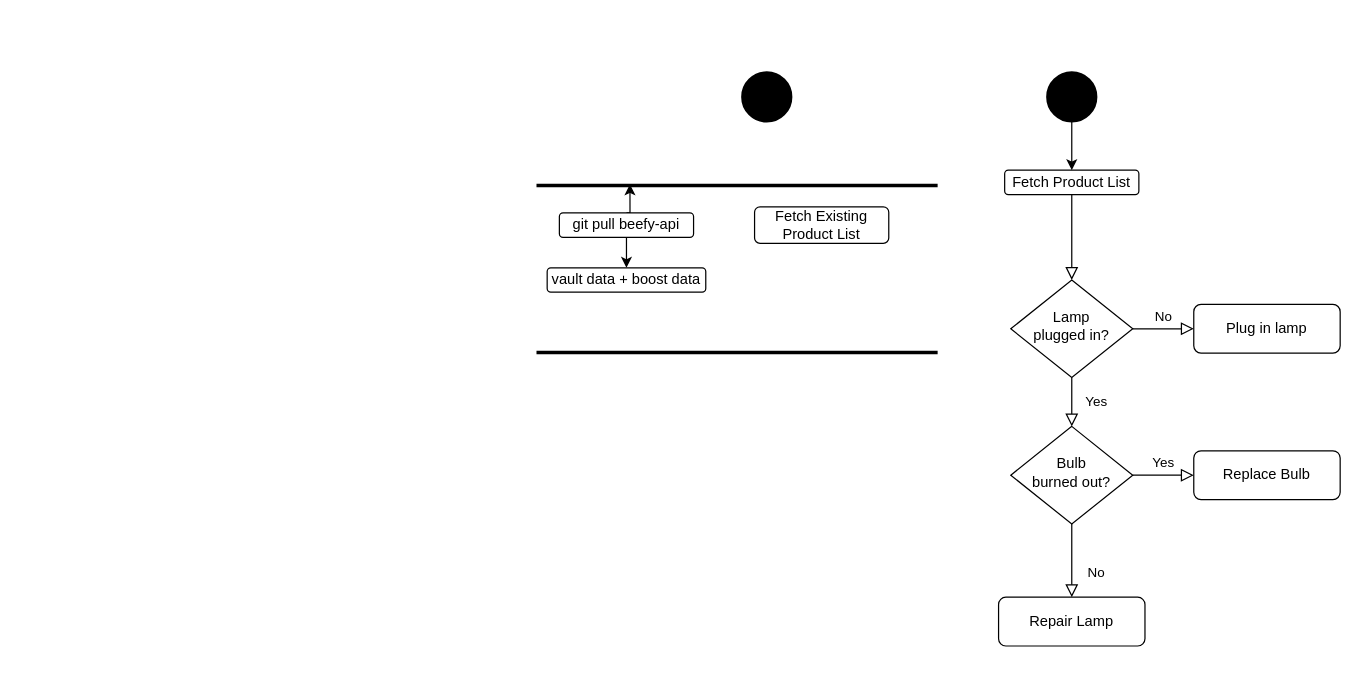
This is Untitled Diagram.drawio from beefyfinance/beefy-bi, a draw.io file, before an edit. Source tidied: cells renumbered, new cells numbered last; positions are measured from the earlier drawing's top-left corner, leaving out a move shared by most shapes. Both pictures are drawn from the tidied source at 122%, with x=0, y=0 at pixel (547, 68).
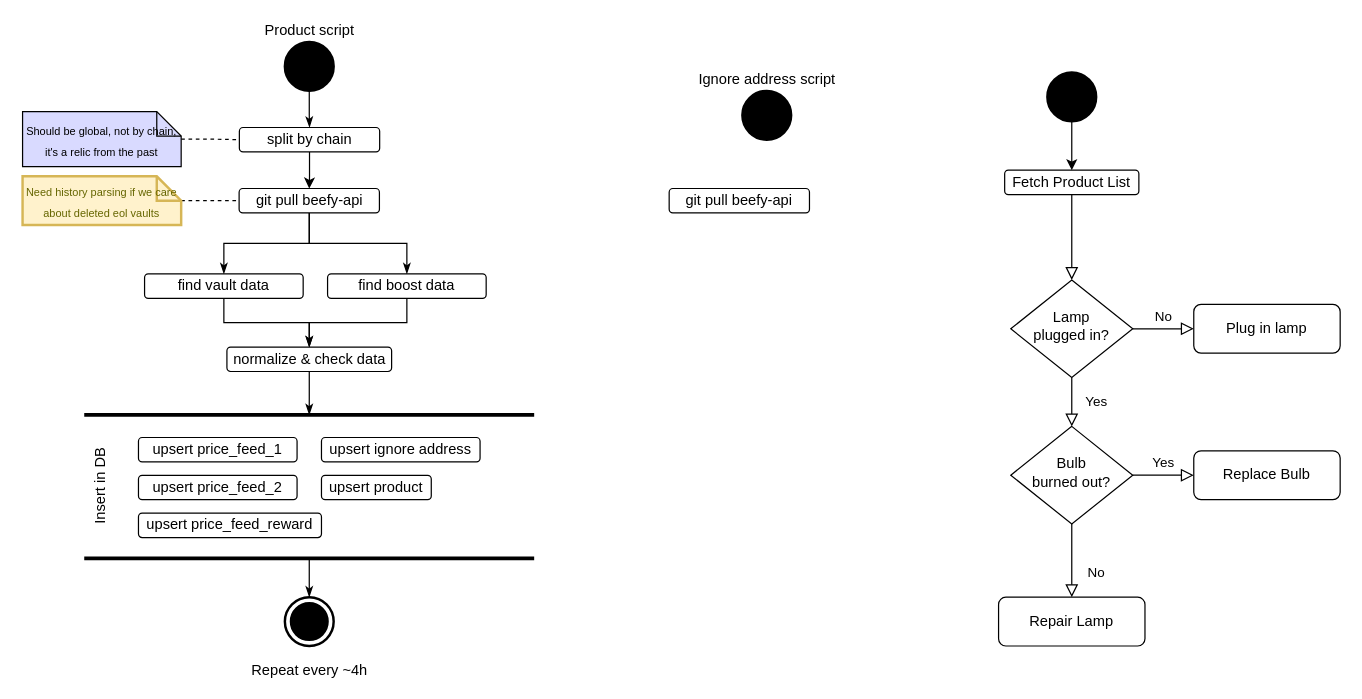
Above is the later version.

Diff of the diagram source:
```diff
@@
+    <mxCell id="22" style="edgeStyle=orthogonalEdgeStyle;rounded=0;jettySize=auto;html=1;endArrow=classicThin;endFill=1;" parent="1" edge="1" source="15" target="43">
+      <mxGeometry relative="1" as="geometry" />
+    </mxCell>
-    <mxCell id="15" style="shape=ellipse;html=1;fillColor=strokeColor;strokeWidth=2;verticalLabelPosition=bottom;verticalAlignment=top;perimeter=ellipsePerimeter;" parent="1" vertex="1">
-      <mxGeometry x="160" y="3" width="40" height="40" as="geometry" />
+    <mxCell id="15" value="Product script" style="shape=ellipse;html=1;fillColor=strokeColor;strokeWidth=2;verticalLabelPosition=top;verticalAlignment=top;perimeter=ellipsePerimeter;labelPosition=center;align=center;verticalAlign=bottom;" parent="1" vertex="1">
+      <mxGeometry x="-215" y="-22" width="40" height="40" as="geometry" />
     </mxCell>
-    <mxCell id="16" value="Fetch Existing Product List" style="rounded=1;whiteSpace=wrap;html=1;fontSize=12;glass=0;strokeWidth=1;shadow=0;" parent="1" vertex="1">
-      <mxGeometry x="170" y="113" width="110" height="30" as="geometry" />
+    <mxCell id="16" value="upsert product" style="rounded=1;whiteSpace=wrap;html=1;fontSize=12;glass=0;strokeWidth=1;shadow=0;" parent="1" vertex="1">
+      <mxGeometry x="-185" y="333.1" width="90" height="20" as="geometry" />
     </mxCell>
-    <mxCell id="17" style="edgeStyle=orthogonalEdgeStyle;rounded=0;jettySize=auto;html=1;" parent="1" edge="1" source="19" target="21">
+    <mxCell id="17" style="edgeStyle=orthogonalEdgeStyle;rounded=0;jettySize=auto;html=1;endArrow=classicThin;endFill=1;" parent="1" edge="1" source="19" target="21">
       <mxGeometry relative="1" as="geometry" />
     </mxCell>
-    <mxCell id="18" style="edgeStyle=orthogonalEdgeStyle;rounded=0;jettySize=auto;html=1;exitX=0.5;exitY=0;exitDx=0;exitDy=0;entryX=1.007;entryY=0.233;entryDx=0;entryDy=0;entryPerimeter=0;" parent="1" edge="1" source="19" target="20">
-      <mxGeometry relative="1" as="geometry" />
-    </mxCell>
+    <mxCell id="23" style="edgeStyle=orthogonalEdgeStyle;rounded=0;jettySize=auto;html=1;endArrow=classicThin;endFill=1;" parent="1" edge="1" source="19" target="34">
+      <mxGeometry relative="1" as="geometry" />
+    </mxCell>
     <mxCell id="19" value="git pull beefy-api" style="rounded=1;whiteSpace=wrap;html=1;fontSize=12;glass=0;strokeWidth=1;shadow=0;" parent="1" vertex="1">
-      <mxGeometry x="10" y="118" width="110" height="20" as="geometry" />
+      <mxGeometry x="-252.5" y="98" width="115" height="20" as="geometry" />
     </mxCell>
-    <mxCell id="20" style="html=1;shape=mxgraph.sysml.actPart;strokeWidth=3;verticalAlign=top;rotation=-90;whiteSpace=wrap;" parent="1" vertex="1">
-      <mxGeometry x="87.2" y="-0.4" width="136.9" height="328.8" as="geometry" />
-    </mxCell>
+    <mxCell id="24" style="edgeStyle=orthogonalEdgeStyle;rounded=0;jettySize=auto;html=1;endArrow=classicThin;endFill=1;" parent="1" edge="1" source="21" target="36">
+      <mxGeometry relative="1" as="geometry" />
+    </mxCell>
-    <mxCell id="21" value="vault data + boost data" style="rounded=1;whiteSpace=wrap;html=1;fontSize=12;glass=0;strokeWidth=1;shadow=0;" parent="1" vertex="1">
-      <mxGeometry y="163" width="130" height="20" as="geometry" />
+    <mxCell id="21" value="find vault data" style="rounded=1;whiteSpace=wrap;html=1;fontSize=12;glass=0;strokeWidth=1;shadow=0;" parent="1" vertex="1">
+      <mxGeometry x="-330" y="168" width="130" height="20" as="geometry" />
     </mxCell>
+    <mxCell id="25" value="upsert&amp;nbsp;price_feed_1" style="rounded=1;whiteSpace=wrap;html=1;fontSize=12;glass=0;strokeWidth=1;shadow=0;" parent="1" vertex="1">
+      <mxGeometry x="-335" y="302.1" width="130" height="20" as="geometry" />
+    </mxCell>
+    <mxCell id="26" style="edgeStyle=orthogonalEdgeStyle;rounded=0;jettySize=auto;html=1;endArrow=none;endFill=0;dashed=1;" parent="1" edge="1" source="27" target="19">
+      <mxGeometry relative="1" as="geometry" />
+    </mxCell>
+    <mxCell id="27" value="&lt;font style=&quot;font-size: 9px;&quot;&gt;Need history parsing if we care about deleted eol vaults&lt;/font&gt;" style="shape=note;strokeWidth=2;fontSize=14;size=20;whiteSpace=wrap;html=1;fillColor=#fff2cc;strokeColor=#d6b656;fontColor=#666600;" parent="1" vertex="1">
+      <mxGeometry x="-430" y="88" width="130" height="40" as="geometry" />
+    </mxCell>
+    <mxCell id="28" style="edgeStyle=orthogonalEdgeStyle;rounded=0;jettySize=auto;html=1;endArrow=classicThin;endFill=1;" parent="1" edge="1" source="29" target="37">
+      <mxGeometry relative="1" as="geometry" />
+    </mxCell>
+    <mxCell id="29" value="Insert in DB" style="html=1;shape=mxgraph.sysml.actPart;strokeWidth=3;verticalAlign=top;rotation=-90;whiteSpace=wrap;" parent="1" vertex="1">
+      <mxGeometry x="-253.9" y="158" width="117.7" height="368.8" as="geometry" />
+    </mxCell>
+    <mxCell id="30" value="upsert&amp;nbsp;price_feed_2" style="rounded=1;whiteSpace=wrap;html=1;fontSize=12;glass=0;strokeWidth=1;shadow=0;" parent="1" vertex="1">
+      <mxGeometry x="-335" y="333.1" width="130" height="20" as="geometry" />
+    </mxCell>
+    <mxCell id="31" value="upsert price_feed_reward" style="rounded=1;whiteSpace=wrap;html=1;fontSize=12;glass=0;strokeWidth=1;shadow=0;" parent="1" vertex="1">
+      <mxGeometry x="-335" y="364.1" width="150" height="20" as="geometry" />
+    </mxCell>
+    <mxCell id="32" value="upsert ignore address" style="rounded=1;whiteSpace=wrap;html=1;fontSize=12;glass=0;strokeWidth=1;shadow=0;" parent="1" vertex="1">
+      <mxGeometry x="-185" y="302.1" width="130" height="20" as="geometry" />
+    </mxCell>
+    <mxCell id="33" style="edgeStyle=orthogonalEdgeStyle;rounded=0;jettySize=auto;html=1;endArrow=classicThin;endFill=1;" parent="1" edge="1" source="34" target="36">
+      <mxGeometry relative="1" as="geometry" />
+    </mxCell>
+    <mxCell id="34" value="find boost data" style="rounded=1;whiteSpace=wrap;html=1;fontSize=12;glass=0;strokeWidth=1;shadow=0;" parent="1" vertex="1">
+      <mxGeometry x="-180" y="168" width="130" height="20" as="geometry" />
+    </mxCell>
+    <mxCell id="35" style="edgeStyle=orthogonalEdgeStyle;rounded=0;jettySize=auto;html=1;endArrow=classicThin;endFill=1;" parent="1" edge="1" source="36" target="29">
+      <mxGeometry relative="1" as="geometry" />
+    </mxCell>
+    <mxCell id="36" value="normalize &amp;amp; check data" style="rounded=1;whiteSpace=wrap;html=1;fontSize=12;glass=0;strokeWidth=1;shadow=0;" parent="1" vertex="1">
+      <mxGeometry x="-262.5" y="228" width="135" height="20" as="geometry" />
+    </mxCell>
+    <mxCell id="37" value="Repeat every ~4h" style="html=1;shape=mxgraph.sysml.actFinal;strokeWidth=2;verticalLabelPosition=bottom;verticalAlignment=top;" parent="1" vertex="1">
+      <mxGeometry x="-215" y="433" width="40" height="40" as="geometry" />
+    </mxCell>
+    <mxCell id="38" value="Ignore address script" style="shape=ellipse;html=1;fillColor=strokeColor;strokeWidth=2;verticalLabelPosition=top;verticalAlignment=top;perimeter=ellipsePerimeter;labelPosition=center;align=center;verticalAlign=bottom;" parent="1" vertex="1">
+      <mxGeometry x="160" y="18" width="40" height="40" as="geometry" />
+    </mxCell>
+    <mxCell id="39" value="git pull beefy-api" style="rounded=1;whiteSpace=wrap;html=1;fontSize=12;glass=0;strokeWidth=1;shadow=0;" parent="1" vertex="1">
+      <mxGeometry x="100" y="98" width="115" height="20" as="geometry" />
+    </mxCell>
+    <mxCell id="40" style="edgeStyle=orthogonalEdgeStyle;rounded=0;jettySize=auto;html=1;endArrow=none;endFill=0;dashed=1;" parent="1" edge="1" source="41" target="43">
+      <mxGeometry relative="1" as="geometry" />
+    </mxCell>
+    <mxCell id="41" value="&lt;font style=&quot;font-size: 9px;&quot;&gt;Should be global, not by chain, it's a relic from the past&lt;/font&gt;" style="shape=note;strokeWidth=1;fontSize=14;size=20;whiteSpace=wrap;html=1;fillColor=#D9DAFF;strokeColor=default;fontColor=#000000;gradientColor=none;" parent="1" vertex="1">
+      <mxGeometry x="-430" y="35" width="130" height="45" as="geometry" />
+    </mxCell>
+    <mxCell id="42" style="edgeStyle=orthogonalEdgeStyle;rounded=0;jettySize=auto;html=1;" parent="1" edge="1" source="43" target="19">
+      <mxGeometry relative="1" as="geometry" />
+    </mxCell>
+    <mxCell id="43" value="split by chain" style="rounded=1;whiteSpace=wrap;html=1;fontSize=12;glass=0;strokeWidth=1;shadow=0;" parent="1" vertex="1">
+      <mxGeometry x="-252.3" y="48" width="115" height="20" as="geometry" />
+    </mxCell>
```
